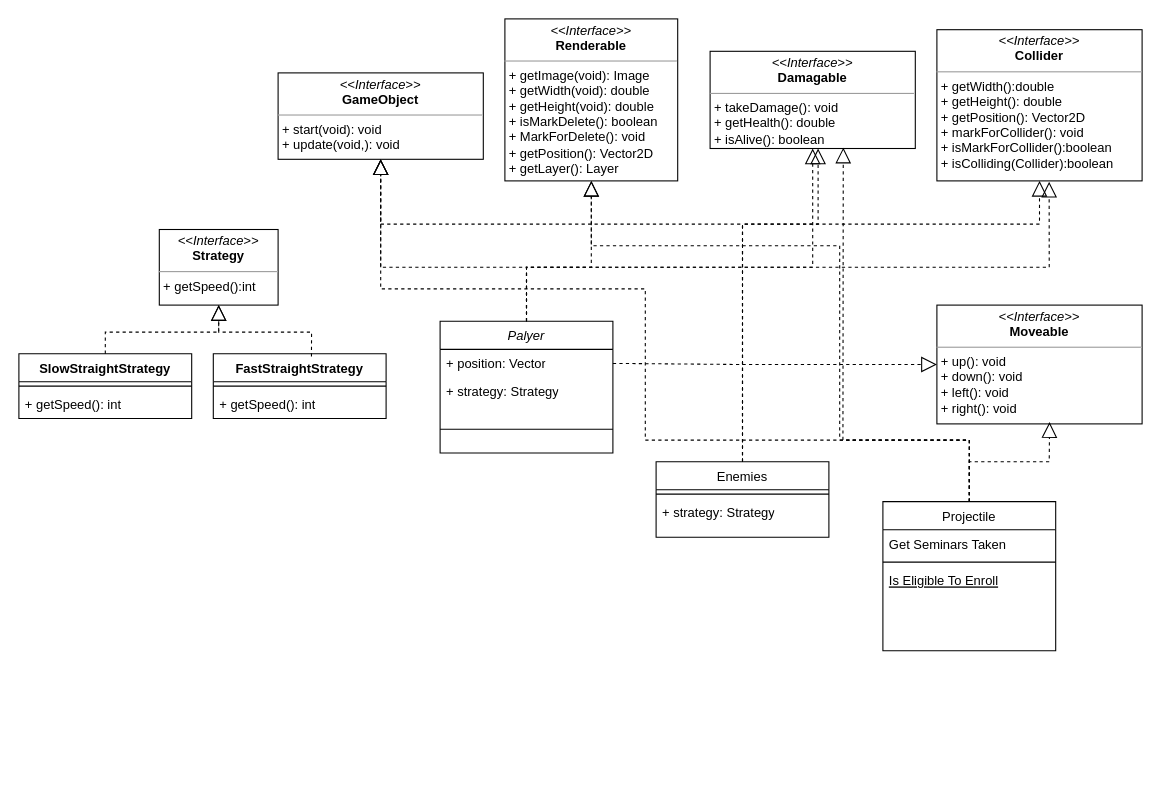
Before: space.drawio in hayden-pzhou/drawioChart, a draw.io diagram. Source tidied: cells renumbered, new cells numbered last; positions are measured from the earlier drawing's top-left corner, leaving out a move shared by most shapes. Both pictures are drawn from the tidied source at 108%, with x=0, y=0 at pixel (18, 18).
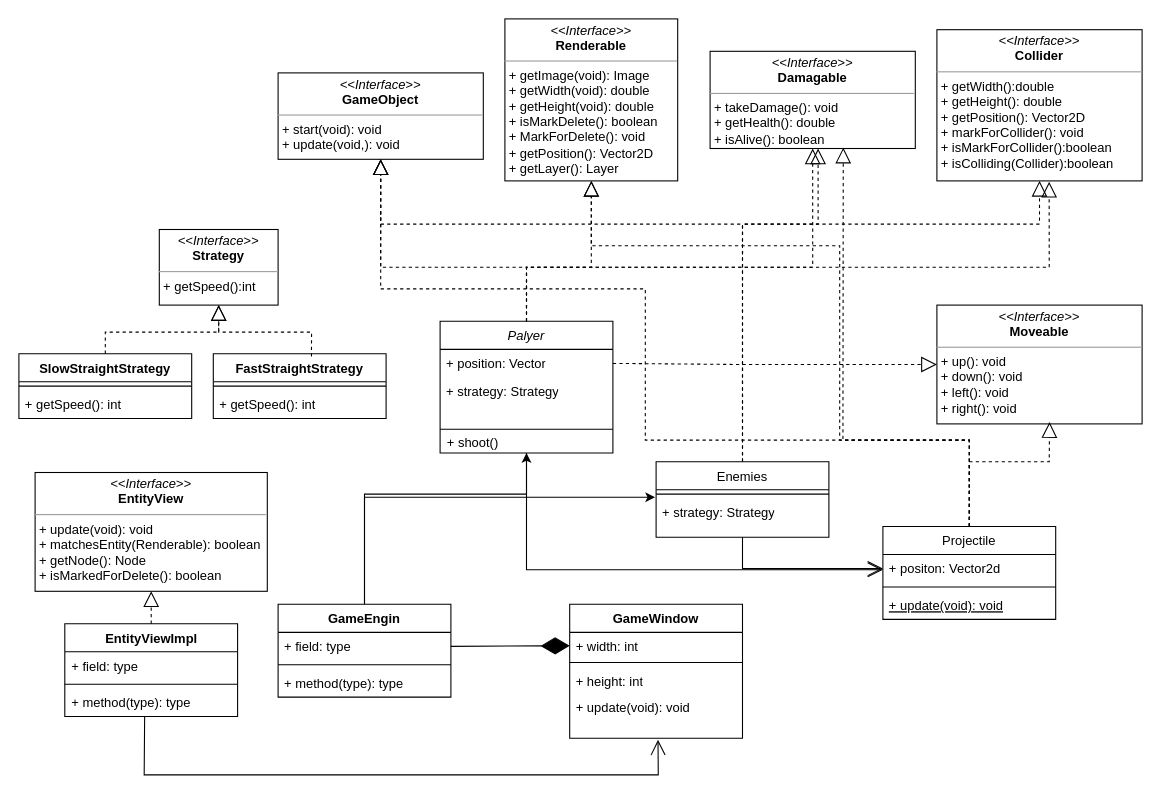
After the change.

The change refers to these unchanged cells:
```xml
<mxCell id="2" value="Palyer" style="swimlane;fontStyle=2;align=center;verticalAlign=top;horizontal=1;startSize=26;rounded=0;shadow=0;strokeWidth=1;" parent="1" vertex="1">
  <mxGeometry x="390" y="280" width="160" height="122" as="geometry" />
</mxCell>
<mxCell id="10" value="Enemies" style="swimlane;fontStyle=0;align=center;verticalAlign=top;horizontal=1;startSize=26;rounded=0;shadow=0;strokeWidth=1;" parent="1" vertex="1">
  <mxGeometry x="590" y="410" width="160" height="70" as="geometry" />
</mxCell>
<mxCell id="11" style="line;html=1;strokeWidth=1;align=left;verticalAlign=middle;spacingTop=-1;spacingLeft=3;spacingRight=3;labelPosition=right;points=[];portConstraint=eastwest;" parent="10" vertex="1">
  <mxGeometry y="26" width="160" height="8" as="geometry" />
</mxCell>
```

The edit, as a diff of the source:
```diff
@@
     <mxCell id="6" value="Projectile" style="swimlane;fontStyle=0;align=center;verticalAlign=top;horizontal=1;startSize=26;rounded=0;shadow=0;strokeWidth=1;" parent="1" vertex="1">
-      <mxGeometry x="800" y="447" width="160" height="138" as="geometry" />
+      <mxGeometry x="800" y="470" width="160" height="86" as="geometry" />
     </mxCell>
-    <mxCell id="7" value="Get Seminars Taken" style="text;align=left;verticalAlign=top;spacingLeft=4;spacingRight=4;overflow=hidden;points=[[0,0.5],[1,0.5]];portConstraint=eastwest;" parent="6" vertex="1">
+    <mxCell id="7" value="+ positon: Vector2d" style="text;align=left;verticalAlign=top;spacingLeft=4;spacingRight=4;overflow=hidden;points=[[0,0.5],[1,0.5]];portConstraint=eastwest;" parent="6" vertex="1">
       <mxGeometry y="26" width="160" height="26" as="geometry" />
     </mxCell>
@@
-    <mxCell id="9" value="Is Eligible To Enroll" style="text;align=left;verticalAlign=top;spacingLeft=4;spacingRight=4;overflow=hidden;fontStyle=4;" parent="6" vertex="1">
+    <mxCell id="9" value="+ update(void): void" style="text;align=left;verticalAlign=top;spacingLeft=4;spacingRight=4;overflow=hidden;fontStyle=4;" parent="6" vertex="1">
       <mxGeometry y="60" width="160" height="26" as="geometry" />
     </mxCell>
@@
+    <mxCell id="39" style="edgeStyle=orthogonalEdgeStyle;rounded=0;jettySize=auto;html=1;entryX=0.5;entryY=1;entryDx=0;entryDy=0;" parent="1" edge="1" source="41" target="2">
+      <mxGeometry relative="1" as="geometry">
+        <Array as="points">
+          <mxPoint x="320" y="440" />
+          <mxPoint x="470" y="440" />
+        </Array>
+      </mxGeometry>
+    </mxCell>
+    <mxCell id="40" style="edgeStyle=orthogonalEdgeStyle;rounded=0;jettySize=auto;html=1;entryX=-0.006;entryY=0.861;entryDx=0;entryDy=0;entryPerimeter=0;" parent="1" edge="1" source="41" target="11">
+      <mxGeometry relative="1" as="geometry" />
+    </mxCell>
+    <mxCell id="41" value="GameEngin" style="swimlane;fontStyle=1;align=center;verticalAlign=top;horizontal=1;startSize=26;whiteSpace=wrap;html=1;" parent="1" vertex="1">
+      <mxGeometry x="240" y="542" width="160" height="86" as="geometry" />
+    </mxCell>
+    <mxCell id="42" value="+ field: type" style="text;strokeColor=none;fillColor=none;align=left;verticalAlign=top;spacingLeft=4;spacingRight=4;overflow=hidden;points=[[0,0.5],[1,0.5]];portConstraint=eastwest;whiteSpace=wrap;html=1;" parent="41" vertex="1">
+      <mxGeometry y="26" width="160" height="26" as="geometry" />
+    </mxCell>
+    <mxCell id="43" style="line;strokeWidth=1;fillColor=none;align=left;verticalAlign=middle;spacingTop=-1;spacingLeft=3;spacingRight=3;labelPosition=right;strokeColor=inherit;" parent="41" vertex="1">
+      <mxGeometry y="52" width="160" height="8" as="geometry" />
+    </mxCell>
+    <mxCell id="44" value="+ method(type): type" style="text;strokeColor=none;fillColor=none;align=left;verticalAlign=top;spacingLeft=4;spacingRight=4;overflow=hidden;whiteSpace=wrap;html=1;" parent="41" vertex="1">
+      <mxGeometry y="60" width="160" height="26" as="geometry" />
+    </mxCell>
+    <mxCell id="45" value="GameWindow" style="swimlane;fontStyle=1;align=center;verticalAlign=top;horizontal=1;startSize=26;whiteSpace=wrap;html=1;" parent="1" vertex="1">
+      <mxGeometry x="510" y="542" width="160" height="124" as="geometry" />
+    </mxCell>
+    <mxCell id="46" value="+ width: int&lt;br&gt;" style="text;strokeColor=none;fillColor=none;align=left;verticalAlign=top;spacingLeft=4;spacingRight=4;overflow=hidden;points=[[0,0.5],[1,0.5]];portConstraint=eastwest;whiteSpace=wrap;html=1;" parent="45" vertex="1">
+      <mxGeometry y="26" width="160" height="24" as="geometry" />
+    </mxCell>
+    <mxCell id="47" style="line;strokeWidth=1;fillColor=none;align=left;verticalAlign=middle;spacingTop=-1;spacingLeft=3;spacingRight=3;labelPosition=right;strokeColor=inherit;" parent="45" vertex="1">
+      <mxGeometry y="50" width="160" height="8" as="geometry" />
+    </mxCell>
+    <mxCell id="48" value="+ height: int" style="text;strokeColor=none;fillColor=none;align=left;verticalAlign=top;spacingLeft=4;spacingRight=4;overflow=hidden;whiteSpace=wrap;html=1;" parent="45" vertex="1">
+      <mxGeometry y="58" width="160" height="24" as="geometry" />
+    </mxCell>
+    <mxCell id="49" value="+ update(void): void" style="text;strokeColor=none;fillColor=none;align=left;verticalAlign=top;spacingLeft=4;spacingRight=4;overflow=hidden;points=[[0,0.5],[1,0.5]];portConstraint=eastwest;whiteSpace=wrap;html=1;" parent="45" vertex="1">
+      <mxGeometry y="82" width="160" height="42" as="geometry" />
+    </mxCell>
+    <mxCell id="50" style="endArrow=diamondThin;endFill=1;endSize=24;html=1;rounded=0;exitX=1;exitY=0.5;exitDx=0;exitDy=0;" parent="1" edge="1" source="42" target="46">
+      <mxGeometry relative="1" as="geometry" />
+    </mxCell>
+    <mxCell id="51" value="EntityViewImpl" style="swimlane;fontStyle=1;align=center;verticalAlign=top;horizontal=1;startSize=26;whiteSpace=wrap;html=1;" parent="1" vertex="1">
+      <mxGeometry x="42.5" y="560" width="160" height="86" as="geometry" />
+    </mxCell>
+    <mxCell id="52" value="+ field: type" style="text;strokeColor=none;fillColor=none;align=left;verticalAlign=top;spacingLeft=4;spacingRight=4;overflow=hidden;whiteSpace=wrap;html=1;" parent="51" vertex="1">
+      <mxGeometry y="26" width="160" height="26" as="geometry" />
+    </mxCell>
+    <mxCell id="53" style="line;strokeWidth=1;fillColor=none;align=left;verticalAlign=middle;spacingTop=-1;spacingLeft=3;spacingRight=3;labelPosition=right;strokeColor=inherit;" parent="51" vertex="1">
+      <mxGeometry y="52" width="160" height="8" as="geometry" />
+    </mxCell>
+    <mxCell id="54" value="+ method(type): type" style="text;strokeColor=none;fillColor=none;align=left;verticalAlign=top;spacingLeft=4;spacingRight=4;overflow=hidden;points=[[0,0.5],[1,0.5]];portConstraint=eastwest;whiteSpace=wrap;html=1;" parent="51" vertex="1">
+      <mxGeometry y="60" width="160" height="26" as="geometry" />
+    </mxCell>
+    <mxCell id="55" value="&lt;p style=&quot;margin:0px;margin-top:4px;text-align:center;&quot;&gt;&lt;i&gt;&amp;lt;&amp;lt;Interface&amp;gt;&amp;gt;&lt;/i&gt;&lt;br&gt;&lt;b&gt;EntityView&lt;/b&gt;&lt;/p&gt;&lt;hr size=&quot;1&quot;&gt;&lt;p style=&quot;margin:0px;margin-left:4px;&quot;&gt;&lt;/p&gt;&lt;p style=&quot;margin:0px;margin-left:4px;&quot;&gt;+ update(void): void&lt;br&gt;+ matchesEntity(Renderable): boolean&lt;/p&gt;&lt;p style=&quot;margin:0px;margin-left:4px;&quot;&gt;+ getNode(): Node&lt;/p&gt;&lt;p style=&quot;margin:0px;margin-left:4px;&quot;&gt;+ isMarkedForDelete(): boolean&lt;/p&gt;" style="verticalAlign=top;align=left;overflow=fill;fontSize=12;fontFamily=Helvetica;html=1;whiteSpace=wrap;" parent="1" vertex="1">
+      <mxGeometry x="15" y="420" width="215" height="110" as="geometry" />
+    </mxCell>
+    <mxCell id="56" style="endArrow=block;dashed=1;endFill=0;endSize=12;html=1;rounded=0;exitX=0.5;exitY=0;exitDx=0;exitDy=0;entryX=0.5;entryY=1;entryDx=0;entryDy=0;" parent="1" edge="1" source="51" target="55">
+      <mxGeometry relative="1" as="geometry" />
+    </mxCell>
+    <mxCell id="57" style="endArrow=open;endFill=1;endSize=12;html=1;rounded=0;exitX=0.462;exitY=1.012;exitDx=0;exitDy=0;exitPerimeter=0;entryX=0.511;entryY=1.036;entryDx=0;entryDy=0;entryPerimeter=0;" parent="1" edge="1" source="54" target="49">
+      <mxGeometry relative="1" as="geometry">
+        <Array as="points">
+          <mxPoint x="116" y="700" />
+          <mxPoint x="592" y="700" />
+        </Array>
+      </mxGeometry>
+    </mxCell>
+    <mxCell id="58" style="endArrow=open;endFill=1;endSize=12;html=1;rounded=0;entryX=0;entryY=0.5;entryDx=0;entryDy=0;exitX=0.5;exitY=1;exitDx=0;exitDy=0;" parent="1" edge="1" source="10" target="7">
+      <mxGeometry relative="1" as="geometry">
+        <Array as="points">
+          <mxPoint x="670" y="509" />
+        </Array>
+      </mxGeometry>
+    </mxCell>
+    <mxCell id="59" style="endArrow=open;endFill=1;endSize=12;html=1;rounded=0;exitX=0.5;exitY=1;exitDx=0;exitDy=0;" parent="1" edge="1" source="2">
+      <mxGeometry relative="1" as="geometry">
+        <mxPoint x="800" y="510" as="targetPoint" />
+        <Array as="points">
+          <mxPoint x="470" y="510" />
+        </Array>
+      </mxGeometry>
+    </mxCell>
+    <mxCell id="60" value="+ shoot()" style="text;html=1;align=center;verticalAlign=middle;strokeColor=none;fillColor=none;" parent="1" vertex="1">
+      <mxGeometry x="385" y="378" width="70" height="30" as="geometry" />
+    </mxCell>
```
